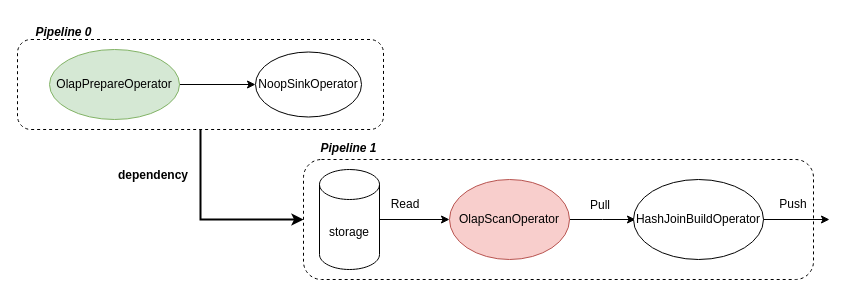
The draw.io diagram StarRocks/Pipeline-OlapScanOperator-1.drawio in szza/szza.github.io.images, before the edit. Source tidied: cells renumbered, new cells numbered last; positions are measured from the earlier drawing's top-left corner, leaving out a move shared by most shapes. Both pictures are drawn from the tidied source at 100%, with x=0, y=0 at pixel (17, 17).
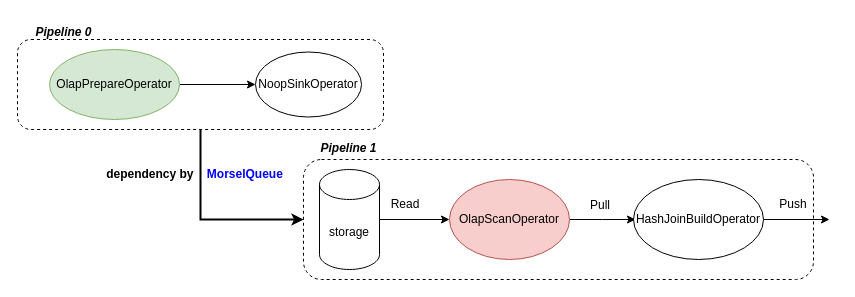
Above is the later version.

Commit message (it also covers changes not shown here):
modify Pipeline-OlapScanOperator images

The edit, as a diff of the source:
```diff
@@
-    <mxCell id="17" value="&lt;b&gt;dependency&lt;/b&gt;" style="text;html=1;strokeColor=none;fillColor=none;align=center;verticalAlign=middle;whiteSpace=wrap;rounded=0;strokeWidth=2;" parent="1" vertex="1">
-      <mxGeometry x="96" y="143" width="80" height="30" as="geometry" />
+    <mxCell id="17" value="&lt;b&gt;dependency by&amp;nbsp; &amp;nbsp; &lt;font color=&quot;#0000ff&quot;&gt;MorselQueue&lt;/font&gt;&lt;/b&gt;" style="text;html=1;strokeColor=none;fillColor=none;align=center;verticalAlign=middle;whiteSpace=wrap;rounded=0;strokeWidth=2;" parent="1" vertex="1">
+      <mxGeometry x="78" y="142" width="199" height="30" as="geometry" />
     </mxCell>
```
